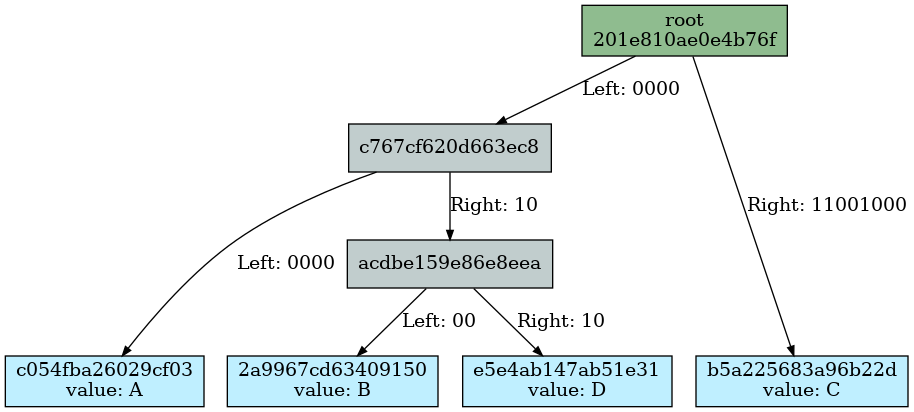
This is docs/merkle_tree/mutation/4_leaves.dot.png from juicebox-systems/juicebox-hsm-realm, a Graphviz export, as it was before one commit. Its source is kept beside it as docs/merkle_tree/mutation/4_leaves.dot.
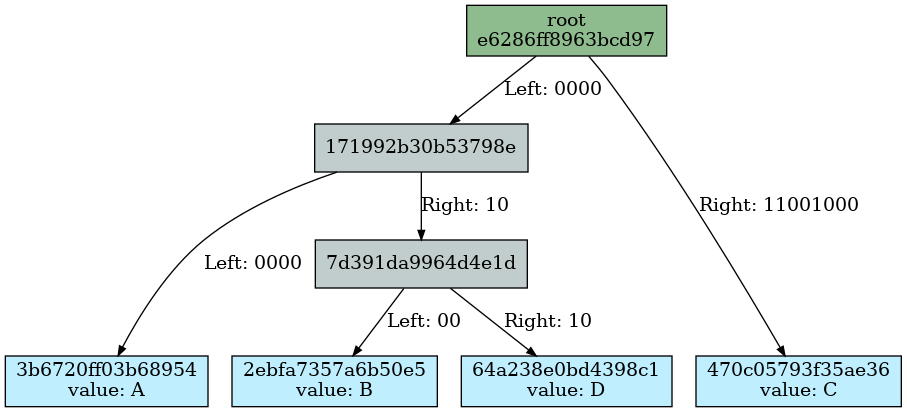
Above is the later version.

The edit, as a diff of the source:
```diff
@@ -1,40 +1,40 @@
 Digraph merkletree {
 
-h201e810ae0e4b76f -> hc767cf620d663ec8 [arrowsize=0.7 label="Left: 0000\l" nojustify=true ];
-hc767cf620d663ec8 -> hc054fba26029cf03 [arrowsize=0.7 label="Left: 0000" nojustify=true ];
-hc767cf620d663ec8 -> hacdbe159e86e8eea [arrowsize=0.7 label="Right: 10\l" nojustify=true ];
-hacdbe159e86e8eea -> h2a9967cd63409150 [arrowsize=0.7 label="Left: 00" nojustify=true ];
-hacdbe159e86e8eea -> he5e4ab147ab51e31 [arrowsize=0.7 label="Right: 10" nojustify=true ];
-h201e810ae0e4b76f -> hb5a225683a96b22d [arrowsize=0.7 label="Right: 11001000" nojustify=true ];
+he6286ff8963bcd97 -> h171992b30b53798e [arrowsize=0.7 label="Left: 0000" nojustify=true ];
+h171992b30b53798e -> h3b6720ff03b68954 [arrowsize=0.7 label="Left: 0000" nojustify=true ];
+h171992b30b53798e -> h7d391da9964d4e1d [arrowsize=0.7 label="Right: 10" nojustify=true ];
+h7d391da9964d4e1d -> h2ebfa7357a6b50e5 [arrowsize=0.7 label="Left: 00" nojustify=true ];
+h7d391da9964d4e1d -> h64a238e0bd4398c1 [arrowsize=0.7 label="Right: 10" nojustify=true ];
+he6286ff8963bcd97 -> h470c05793f35ae36 [arrowsize=0.7 label="Right: 11001000" nojustify=true ];
 
 Subgraph depth_0 {
 rank=same
 
-h201e810ae0e4b76f [fillcolor=darkseagreen label="root\n201e810ae0e4b76f" ordering=out shape=box style=filled ];
+he6286ff8963bcd97 [fillcolor=darkseagreen label="root\ne6286ff8963bcd97" ordering=out shape=box style=filled ];
 }
 
 
 Subgraph depth_4 {
 rank=same
 
-hc767cf620d663ec8 [fillcolor=azure3 label="c767cf620d663ec8" ordering=out shape=box style=filled ];
+h171992b30b53798e [fillcolor=azure3 label="171992b30b53798e" ordering=out shape=box style=filled ];
 }
 
 
 Subgraph depth_256 {
 rank=same
 
-hc054fba26029cf03 [fillcolor=lightblue1 label="c054fba26029cf03\nvalue: A" ordering=out shape=box style=filled ];
-h2a9967cd63409150 [fillcolor=lightblue1 label="2a9967cd63409150\nvalue: B" ordering=out shape=box style=filled ];
-he5e4ab147ab51e31 [fillcolor=lightblue1 label="e5e4ab147ab51e31\nvalue: D" ordering=out shape=box style=filled ];
-hb5a225683a96b22d [fillcolor=lightblue1 label="b5a225683a96b22d\nvalue: C" ordering=out shape=box style=filled ];
+h3b6720ff03b68954 [fillcolor=lightblue1 label="3b6720ff03b68954\nvalue: A" ordering=out shape=box style=filled ];
+h2ebfa7357a6b50e5 [fillcolor=lightblue1 label="2ebfa7357a6b50e5\nvalue: B" ordering=out shape=box style=filled ];
+h64a238e0bd4398c1 [fillcolor=lightblue1 label="64a238e0bd4398c1\nvalue: D" ordering=out shape=box style=filled ];
+h470c05793f35ae36 [fillcolor=lightblue1 label="470c05793f35ae36\nvalue: C" ordering=out shape=box style=filled ];
 }
 
 
 Subgraph depth_6 {
 rank=same
 
-hacdbe159e86e8eea [fillcolor=azure3 label="acdbe159e86e8eea" ordering=out shape=box style=filled ];
+h7d391da9964d4e1d [fillcolor=azure3 label="7d391da9964d4e1d" ordering=out shape=box style=filled ];
 }
 
 }
```
